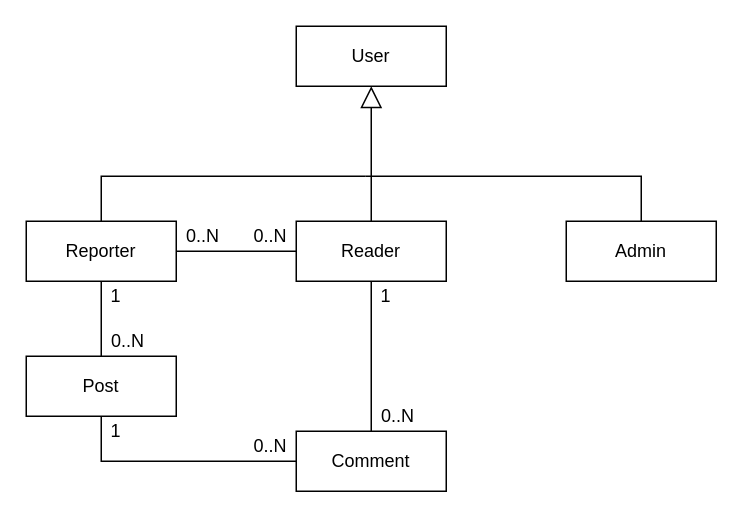
This is page "Entity" (1 of 3) of Docs/DataModelling.drawio from MatteBiondi/LSMSD_SocialNews, a draw.io file, before an edit. Source tidied: cells renumbered, new cells numbered last; positions are measured from the earlier drawing's top-left corner, leaving out a move shared by most shapes. Both pictures are drawn from the tidied source at 150%, with x=0, y=0 at pixel (26, 26).
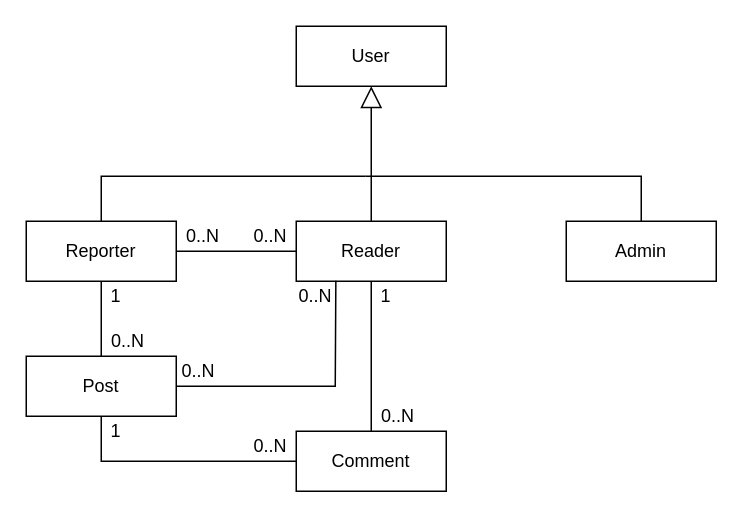
Above is the later version.

The change refers to these unchanged cells:
```xml
<mxCell id="3" value="Post" style="rounded=0;whiteSpace=wrap;html=1;" parent="1" vertex="1">
  <mxGeometry y="220" width="100" height="40" as="geometry" />
</mxCell>
<mxCell id="6" value="Reader" style="rounded=0;whiteSpace=wrap;html=1;" parent="1" vertex="1">
  <mxGeometry x="180" y="130" width="100" height="40" as="geometry" />
</mxCell>
```

Change to the diagram source:
```diff
@@
+    <mxCell id="23" style="endArrow=none;html=1;rounded=0;exitX=1;exitY=0.5;exitDx=0;exitDy=0;entryX=0.264;entryY=0.993;entryDx=0;entryDy=0;entryPerimeter=0;" parent="1" edge="1" source="3" target="6">
+      <mxGeometry relative="1" as="geometry">
+        <Array as="points">
+          <mxPoint x="166" y="240" />
+          <mxPoint x="206" y="240" />
+        </Array>
+      </mxGeometry>
+    </mxCell>
+    <mxCell id="24" value="0..N" style="text;html=1;strokeColor=none;fillColor=none;align=center;verticalAlign=middle;whiteSpace=wrap;rounded=0;" parent="1" vertex="1">
+      <mxGeometry x="102" y="220" width="26" height="20" as="geometry" />
+    </mxCell>
+    <mxCell id="25" value="0..N" style="text;html=1;strokeColor=none;fillColor=none;align=center;verticalAlign=middle;whiteSpace=wrap;rounded=0;" parent="1" vertex="1">
+      <mxGeometry x="180" y="170" width="26" height="20" as="geometry" />
+    </mxCell>
```
